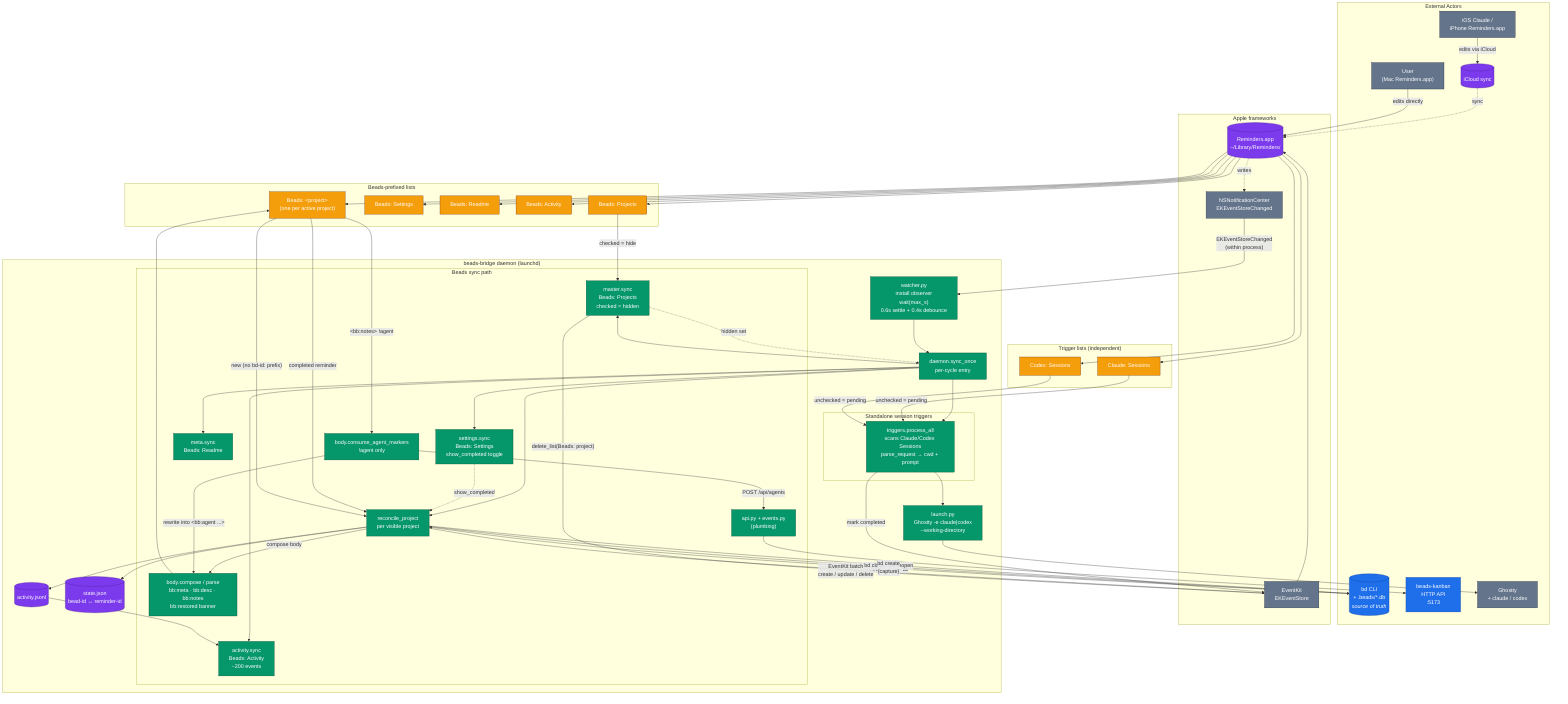
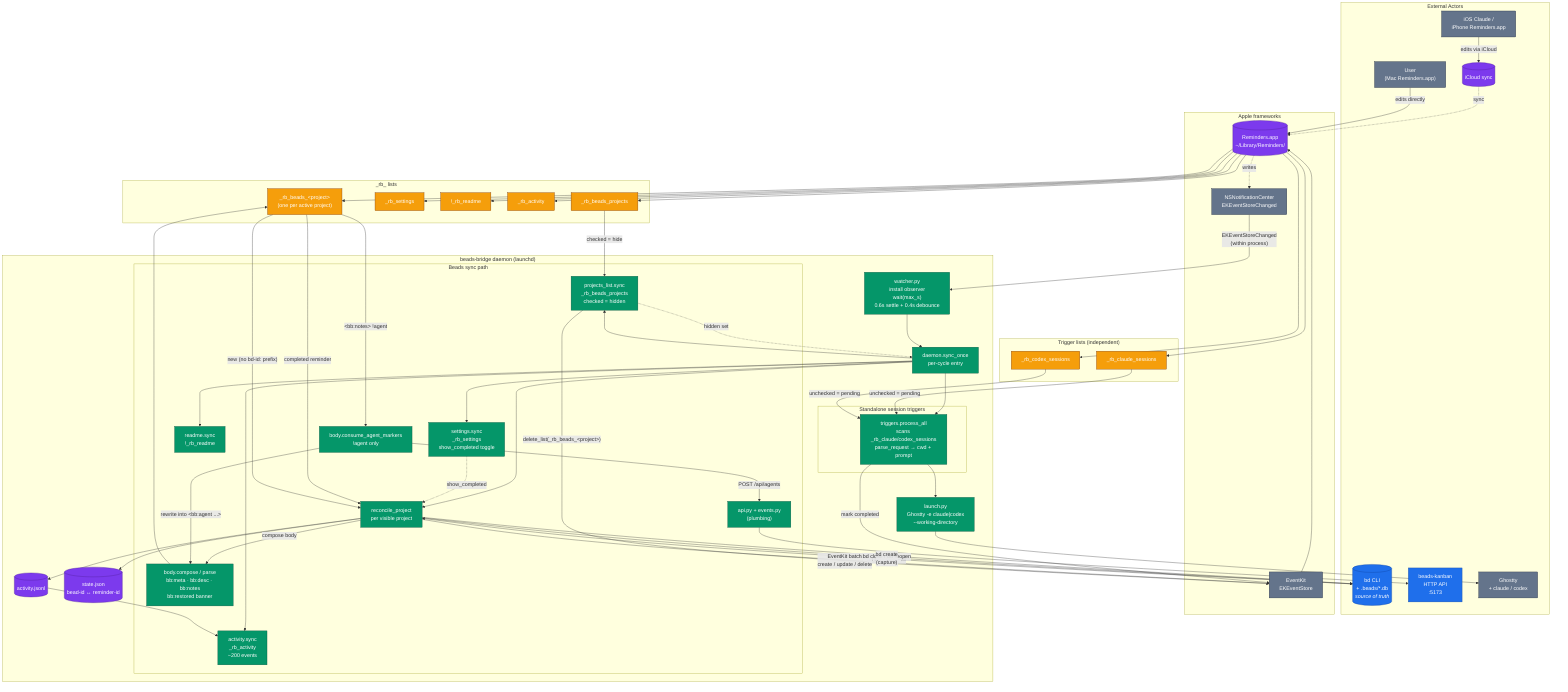
graph TB
    %% External actors
    subgraph external["External Actors"]
        IOS["iOS Claude /<br/>iPhone Reminders.app"]
        USER["User<br/>(Mac Reminders.app)"]
        BD[("bd CLI<br/>+ .beads/*.db<br/><i>source of truth</i>")]
        KANBAN["beads-kanban<br/>HTTP API<br/>:5173"]
        GHOSTTY["Ghostty<br/>+ claude / codex"]
        ICLOUD[("iCloud sync")]
    end

    %% Apple frameworks
    subgraph apple["Apple frameworks"]
        EK["EventKit<br/>EKEventStore"]
        NC["NSNotificationCenter<br/>EKEventStoreChanged"]
        REMINDERS[("Reminders.app<br/>~/Library/Reminders/")]
    end

    %% Daemon process
    subgraph daemon["beads-bridge daemon (launchd)"]
        WATCHER["watcher.py<br/>install observer<br/>wait(max_s)<br/>0.6s settle + 0.4s debounce"]
        SYNC["daemon.sync_once<br/>per-cycle entry"]
        subgraph beads_path["Beads sync path"]
-             MASTER["master.sync<br/>Beads: Projects<br/>checked = hidden"]
-             SETTINGS["settings.sync<br/>Beads: Settings<br/>show_completed toggle"]
-             META["meta.sync<br/>Beads: Readme"]
-             ACTIVITY["activity.sync<br/>Beads: Activity<br/>~200 events"]
+             MASTER["projects_list.sync<br/>_rb_beads_projects<br/>checked = hidden"]
+             SETTINGS["settings.sync<br/>_rb_settings<br/>show_completed toggle"]
+             META["readme.sync<br/>!_rb_readme"]
+             ACTIVITY["activity.sync<br/>_rb_activity<br/>~200 events"]
            RECONCILE["reconcile_project<br/>per visible project"]
            BODY["body.compose / parse<br/>bb:meta · bb:desc · bb:notes<br/>bb:restored banner"]
            MARKERS["body.consume_agent_markers<br/>!agent only"]
            BEADS_API["api.py + events.py<br/>(plumbing)"]
        end
        subgraph trigger_path["Standalone session triggers<br/>(no beads coupling)"]
-             TRIGGERS["triggers.process_all<br/>scans Claude/Codex Sessions<br/>parse_request → cwd + prompt"]
+             TRIGGERS["triggers.process_all<br/>scans _rb_claude/codex_sessions<br/>parse_request → cwd + prompt"]
        end
        LAUNCH["launch.py<br/>Ghostty -e claude|codex<br/>--working-directory"]
        STATE[("state.json<br/>bead-id ↔ reminder-id")]
        ACTIVITY_LOG[("activity.jsonl")]
    end

    %% Reserved control lists
-     subgraph beads_lists["Beads-prefixed lists"]
-         L_PROJ["Beads: Projects"]
-         L_SET["Beads: Settings"]
-         L_DOC["Beads: Readme"]
-         L_LOG["Beads: Activity"]
-         L_PRJ["Beads: &lt;project&gt;<br/>(one per active project)"]
+     subgraph beads_lists["_rb_ lists"]
+         L_PROJ["_rb_beads_projects"]
+         L_SET["_rb_settings"]
+         L_DOC["!_rb_readme"]
+         L_LOG["_rb_activity"]
+         L_PRJ["_rb_beads_&lt;project&gt;<br/>(one per active project)"]
    end
    subgraph trigger_lists["Trigger lists (independent)"]
-         L_CLAUDE["Claude: Sessions"]
-         L_CODEX["Codex: Sessions"]
+         L_CLAUDE["_rb_claude_sessions"]
+         L_CODEX["_rb_codex_sessions"]
    end

    %% Data flow: bead → reminder
    BD -- "bd list --json --all" --> RECONCILE
    RECONCILE -- "compose body" --> BODY
    BODY --> L_PRJ
    RECONCILE -- "EventKit batch<br/>create / update / delete" --> EK
    EK --> REMINDERS
    REMINDERS --> L_PRJ
    REMINDERS --> L_PROJ
    REMINDERS --> L_SET
    REMINDERS --> L_DOC
    REMINDERS --> L_LOG
    REMINDERS --> L_CLAUDE
    REMINDERS --> L_CODEX

    %% Wake-on-change
    REMINDERS -. writes .-> NC
    ICLOUD -. sync .-> REMINDERS
    NC -- "EKEventStoreChanged<br/>(within process)" --> WATCHER
    WATCHER --> SYNC
    SYNC --> MASTER
    SYNC --> SETTINGS
    SYNC --> META
    SYNC --> ACTIVITY
    SYNC --> RECONCILE
    MASTER -. "hidden set" .-> SYNC
    SETTINGS -. "show_completed" .-> RECONCILE

    %% Reminder → bead signals
    L_PRJ -- "completed reminder" --> RECONCILE
    RECONCILE -- "bd close / bd reopen" --> BD
    L_PRJ -- "new (no bd-id: prefix)" --> RECONCILE
    RECONCILE -- "bd create<br/>(capture)" --> BD

    %% Hide/show
    L_PROJ -- "checked = hide" --> MASTER
-     MASTER -- "delete_list(Beads: project)" --> EK
+     MASTER -- "delete_list(_rb_beads_&lt;project&gt;)" --> EK

    %% Markers (beads side: agent only)
    L_PRJ -- "&lt;bb:notes&gt; !agent" --> MARKERS
    MARKERS -- "POST /api/agents" --> BEADS_API
    BEADS_API --> KANBAN
    MARKERS -- "rewrite into &lt;bb:agent ...&gt;" --> BODY

    %% Standalone trigger flow
    SYNC --> TRIGGERS
    L_CLAUDE -- "unchecked = pending" --> TRIGGERS
    L_CODEX -- "unchecked = pending" --> TRIGGERS
    TRIGGERS --> LAUNCH
    LAUNCH --> GHOSTTY
    TRIGGERS -- "mark completed" --> EK

    %% External writers
    IOS -- "edits via iCloud" --> ICLOUD
    USER -- "edits directly" --> REMINDERS

    %% Persistence
    RECONCILE --> STATE
    RECONCILE --> ACTIVITY_LOG
    ACTIVITY_LOG --> ACTIVITY

    %% Styling
    classDef src fill:#1f6feb,stroke:#0d419d,color:#fff
    classDef store fill:#7c3aed,stroke:#4c1d95,color:#fff
    classDef daemon fill:#059669,stroke:#064e3b,color:#fff
    classDef list fill:#f59e0b,stroke:#78350f,color:#fff
    classDef ext fill:#64748b,stroke:#1e293b,color:#fff
    class BD,KANBAN src
    class STATE,ACTIVITY_LOG,REMINDERS,ICLOUD store
    class WATCHER,SYNC,MASTER,SETTINGS,META,ACTIVITY,RECONCILE,BODY,MARKERS,LAUNCH,BEADS_API daemon
    class L_PROJ,L_SET,L_DOC,L_LOG,L_PRJ,L_CLAUDE,L_CODEX list
    class TRIGGERS daemon
    class IOS,USER,GHOSTTY,EK,NC ext
